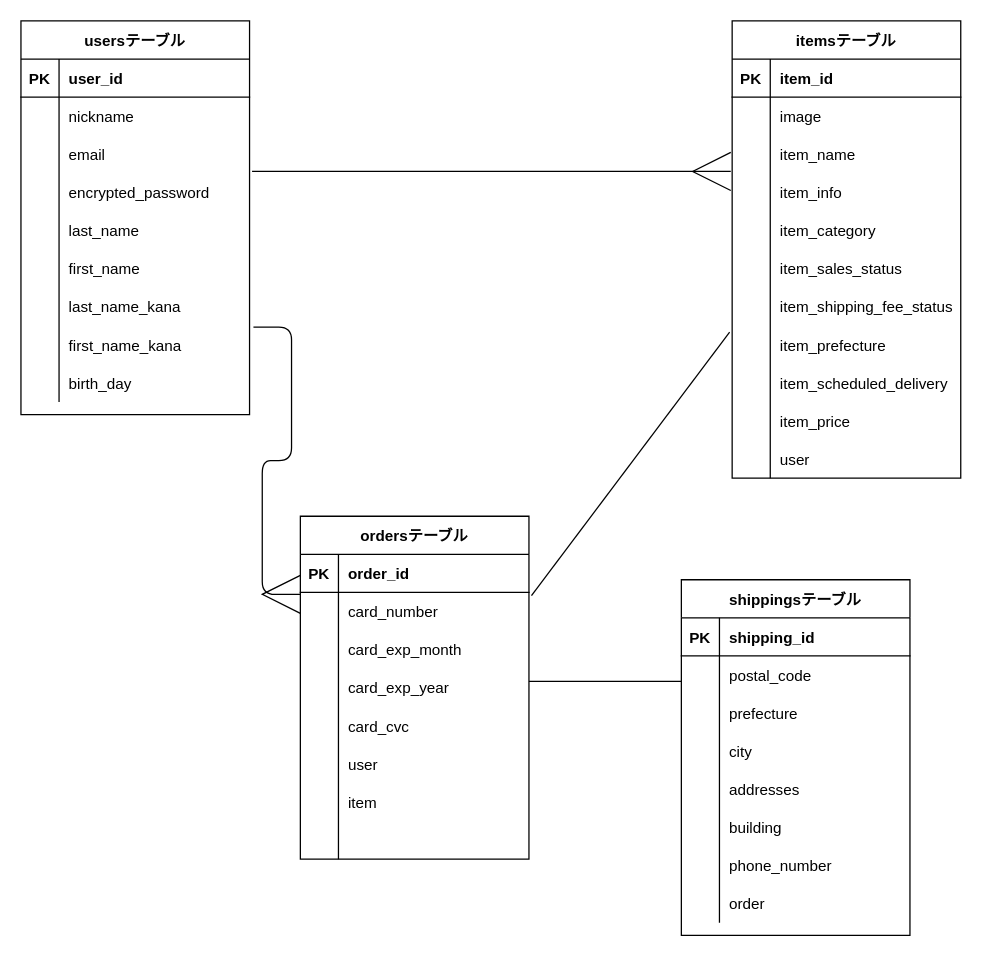
This is test.dio from sho55555/furima-38229, a draw.io file, before an edit. Source tidied: cells renumbered, new cells numbered last; positions are measured from the earlier drawing's top-left corner, leaving out a move shared by most shapes. Both pictures are drawn from the tidied source at 127%, with x=0, y=0 at pixel (20, 20).
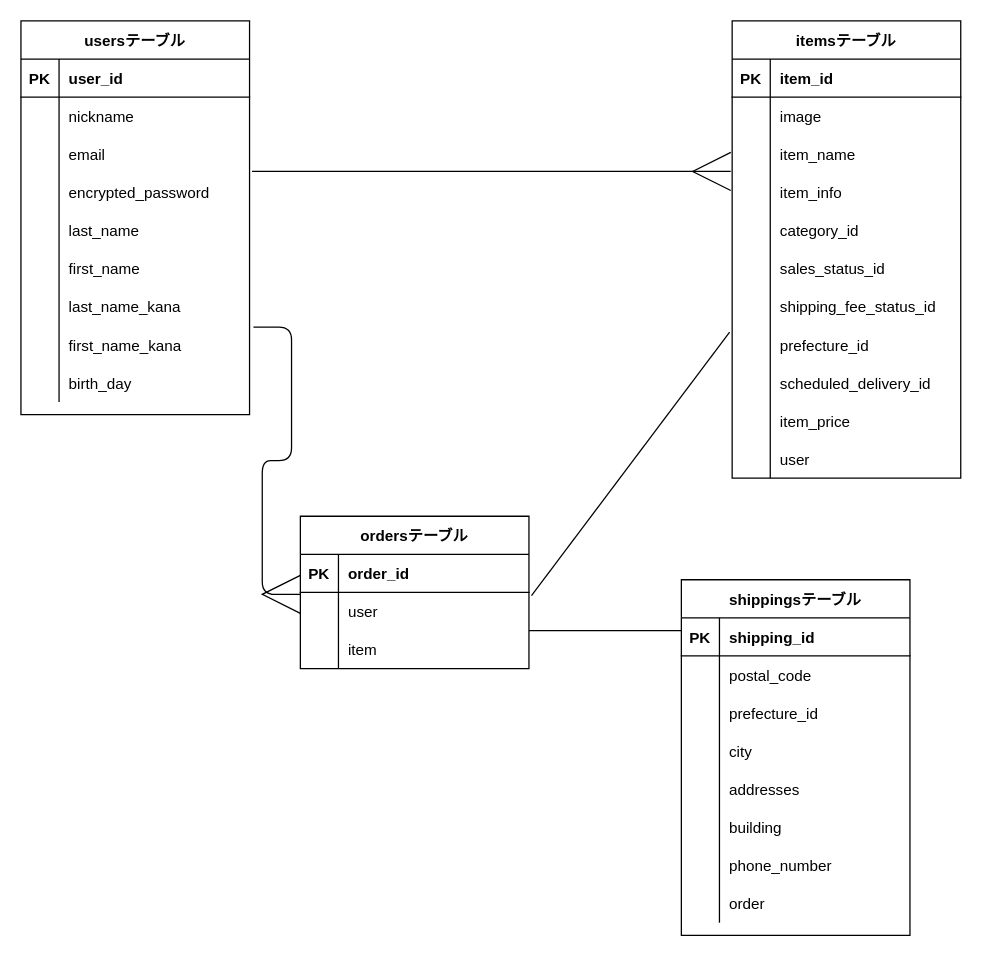
The same diagram, later.

Commit message (it also covers changes not shown here):
ER図と READMEの修正

The change refers to these unchanged cells:
```xml
<mxCell id="24" style="shape=partialRectangle;fillColor=none;top=0;left=0;bottom=0;right=0;points=[[0,0.5],[1,0.5]];portConstraint=eastwest;" parent="2" vertex="1">
  <mxGeometry y="240" width="180" height="30" as="geometry" />
</mxCell>
<mxCell id="43" style="shape=partialRectangle;fillColor=none;top=0;left=0;bottom=0;right=0;" parent="30" vertex="1">
  <mxGeometry y="150" width="180" height="30" as="geometry" />
</mxCell>
<mxCell id="46" style="shape=partialRectangle;fillColor=none;top=0;left=0;bottom=0;right=0;" parent="30" vertex="1">
  <mxGeometry y="180" width="180" height="30" as="geometry" />
</mxCell>
<mxCell id="49" style="shape=partialRectangle;fillColor=none;top=0;left=0;bottom=0;right=0;" parent="30" vertex="1">
  <mxGeometry y="210" width="180" height="30" as="geometry" />
</mxCell>
<mxCell id="52" style="shape=partialRectangle;fillColor=none;top=0;left=0;bottom=0;right=0;points=[[0,0.5],[1,0.5]];portConstraint=eastwest;" parent="30" vertex="1">
  <mxGeometry y="240" width="180" height="30" as="geometry" />
</mxCell>
<mxCell id="55" style="shape=partialRectangle;fillColor=none;top=0;left=0;bottom=0;right=0;" parent="30" vertex="1">
  <mxGeometry y="270" width="180" height="30" as="geometry" />
</mxCell>
<mxCell id="99" style="shape=partialRectangle;fillColor=none;top=0;left=0;bottom=0;right=0;" parent="92" vertex="1">
  <mxGeometry y="90" width="180" height="30" as="geometry" />
</mxCell>
```

The edit, as a diff of the source:
```diff
@@
-    <mxCell id="45" value="item_category" style="shape=partialRectangle;fillColor=none;top=0;left=0;bottom=0;right=0;align=left;spacingLeft=6;overflow=hidden;" parent="43" vertex="1">
+    <mxCell id="45" value="category_id" style="shape=partialRectangle;fillColor=none;top=0;left=0;bottom=0;right=0;align=left;spacingLeft=6;overflow=hidden;" parent="43" vertex="1">
       <mxGeometry x="30" width="150" height="30" as="geometry" />
     </mxCell>
@@
-    <mxCell id="48" value="item_sales_status" style="shape=partialRectangle;fillColor=none;top=0;left=0;bottom=0;right=0;align=left;spacingLeft=6;overflow=hidden;" parent="46" vertex="1">
+    <mxCell id="48" value="sales_status_id" style="shape=partialRectangle;fillColor=none;top=0;left=0;bottom=0;right=0;align=left;spacingLeft=6;overflow=hidden;" parent="46" vertex="1">
       <mxGeometry x="30" width="150" height="30" as="geometry" />
     </mxCell>
@@
-    <mxCell id="51" value="item_shipping_fee_status" style="shape=partialRectangle;fillColor=none;top=0;left=0;bottom=0;right=0;align=left;spacingLeft=6;overflow=hidden;" parent="49" vertex="1">
+    <mxCell id="51" value="shipping_fee_status_id" style="shape=partialRectangle;fillColor=none;top=0;left=0;bottom=0;right=0;align=left;spacingLeft=6;overflow=hidden;" parent="49" vertex="1">
       <mxGeometry x="30" width="150" height="30" as="geometry" />
     </mxCell>
@@
-    <mxCell id="54" value="item_prefecture" style="shape=partialRectangle;fillColor=none;top=0;left=0;bottom=0;right=0;align=left;spacingLeft=6;overflow=hidden;" parent="52" vertex="1">
+    <mxCell id="54" value="prefecture_id" style="shape=partialRectangle;fillColor=none;top=0;left=0;bottom=0;right=0;align=left;spacingLeft=6;overflow=hidden;" parent="52" vertex="1">
       <mxGeometry x="30" width="150" height="30" as="geometry" />
     </mxCell>
@@
-    <mxCell id="57" value="item_scheduled_delivery" style="shape=partialRectangle;fillColor=none;top=0;left=0;bottom=0;right=0;align=left;spacingLeft=6;overflow=hidden;" parent="55" vertex="1">
+    <mxCell id="57" value="scheduled_delivery_id" style="shape=partialRectangle;fillColor=none;top=0;left=0;bottom=0;right=0;align=left;spacingLeft=6;overflow=hidden;" parent="55" vertex="1">
       <mxGeometry x="30" width="150" height="30" as="geometry" />
     </mxCell>
@@
     <mxCell id="64" value="ordersテーブル" style="shape=table;startSize=30;childLayout=tableLayout;rowLines=0;fontStyle=1;align=center;" parent="1" vertex="1">
-      <mxGeometry x="220" y="390" width="180" height="270" as="geometry" />
+      <mxGeometry x="220" y="390" width="180" height="120" as="geometry" />
     </mxCell>
@@
-    <mxCell id="68" style="shape=partialRectangle;fillColor=none;top=0;left=0;bottom=0;right=0;points=[[0,0.5],[1,0.5]];portConstraint=eastwest;" parent="64" vertex="1">
-      <mxGeometry y="60" width="180" height="30" as="geometry" />
-    </mxCell>
-    <mxCell id="69" style="shape=partialRectangle;fillColor=none;top=0;left=0;bottom=0;right=0;overflow=hidden;" parent="68" vertex="1">
-      <mxGeometry width="30" height="30" as="geometry" />
-    </mxCell>
-    <mxCell id="70" value="card_number" style="shape=partialRectangle;fillColor=none;top=0;left=0;bottom=0;right=0;align=left;spacingLeft=6;overflow=hidden;" parent="68" vertex="1">
-      <mxGeometry x="30" width="150" height="30" as="geometry" />
-    </mxCell>
-    <mxCell id="71" style="shape=partialRectangle;fillColor=none;top=0;left=0;bottom=0;right=0;" parent="64" vertex="1">
-      <mxGeometry y="90" width="180" height="30" as="geometry" />
-    </mxCell>
-    <mxCell id="72" style="shape=partialRectangle;fillColor=none;top=0;left=0;bottom=0;right=0;overflow=hidden;" parent="71" vertex="1">
-      <mxGeometry width="30" height="30" as="geometry" />
-    </mxCell>
-    <mxCell id="73" value="card_exp_month" style="shape=partialRectangle;fillColor=none;top=0;left=0;bottom=0;right=0;align=left;spacingLeft=6;overflow=hidden;" parent="71" vertex="1">
-      <mxGeometry x="30" width="150" height="30" as="geometry" />
-    </mxCell>
-    <mxCell id="74" style="shape=partialRectangle;fillColor=none;top=0;left=0;bottom=0;right=0;" parent="64" vertex="1">
-      <mxGeometry y="120" width="180" height="30" as="geometry" />
-    </mxCell>
-    <mxCell id="75" style="shape=partialRectangle;fillColor=none;top=0;left=0;bottom=0;right=0;overflow=hidden;" parent="74" vertex="1">
-      <mxGeometry width="30" height="30" as="geometry" />
-    </mxCell>
-    <mxCell id="76" value="card_exp_year" style="shape=partialRectangle;fillColor=none;top=0;left=0;bottom=0;right=0;align=left;spacingLeft=6;overflow=hidden;" parent="74" vertex="1">
-      <mxGeometry x="30" width="150" height="30" as="geometry" />
-    </mxCell>
-    <mxCell id="77" style="shape=partialRectangle;fillColor=none;top=0;left=0;bottom=0;right=0;" parent="64" vertex="1">
-      <mxGeometry y="150" width="180" height="30" as="geometry" />
-    </mxCell>
-    <mxCell id="78" style="shape=partialRectangle;fillColor=none;top=0;left=0;bottom=0;right=0;overflow=hidden;" parent="77" vertex="1">
-      <mxGeometry width="30" height="30" as="geometry" />
-    </mxCell>
-    <mxCell id="79" value="card_cvc" style="shape=partialRectangle;fillColor=none;top=0;left=0;bottom=0;right=0;align=left;spacingLeft=6;overflow=hidden;" parent="77" vertex="1">
-      <mxGeometry x="30" width="150" height="30" as="geometry" />
-    </mxCell>
     <mxCell id="80" style="shape=partialRectangle;fillColor=none;top=0;left=0;bottom=0;right=0;" parent="64" vertex="1">
-      <mxGeometry y="180" width="180" height="30" as="geometry" />
+      <mxGeometry y="60" width="180" height="30" as="geometry" />
     </mxCell>
@@
     <mxCell id="83" style="shape=partialRectangle;fillColor=none;top=0;left=0;bottom=0;right=0;" parent="64" vertex="1">
-      <mxGeometry y="210" width="180" height="30" as="geometry" />
+      <mxGeometry y="90" width="180" height="30" as="geometry" />
     </mxCell>
@@
-    <mxCell id="86" style="shape=partialRectangle;fillColor=none;top=0;left=0;bottom=0;right=0;" parent="64" vertex="1">
-      <mxGeometry y="240" width="180" height="30" as="geometry" />
-    </mxCell>
-    <mxCell id="87" style="shape=partialRectangle;fillColor=none;top=0;left=0;bottom=0;right=0;overflow=hidden;" parent="86" vertex="1">
-      <mxGeometry width="30" height="30" as="geometry" />
-    </mxCell>
-    <mxCell id="88" style="shape=partialRectangle;fillColor=none;top=0;left=0;bottom=0;right=0;align=left;spacingLeft=6;overflow=hidden;" parent="86" vertex="1">
-      <mxGeometry x="30" width="150" height="30" as="geometry" />
-    </mxCell>
@@
-    <mxCell id="90" style="edgeStyle=entityRelationEdgeStyle;fontSize=12;html=1;endArrow=ERmany;endSize=28;exitX=1.017;exitY=0.033;exitDx=0;exitDy=0;entryX=0;entryY=0.05;entryDx=0;entryDy=0;entryPerimeter=0;exitPerimeter=0;" parent="1" edge="1" source="24" target="68">
-      <mxGeometry relative="1" as="geometry" />
+    <mxCell id="90" style="edgeStyle=entityRelationEdgeStyle;fontSize=12;html=1;endArrow=ERmany;endSize=28;exitX=1.017;exitY=0.033;exitDx=0;exitDy=0;entryX=0;entryY=0.05;entryDx=0;entryDy=0;entryPerimeter=0;exitPerimeter=0;" parent="1" edge="1" source="24">
+      <mxGeometry relative="1" as="geometry">
+        <mxPoint x="220" y="451.5" as="targetPoint" />
+      </mxGeometry>
     </mxCell>
-    <mxCell id="91" style="endArrow=none;html=1;rounded=0;endSize=28;exitX=1.011;exitY=0.083;exitDx=0;exitDy=0;exitPerimeter=0;entryX=-0.011;entryY=0.167;entryDx=0;entryDy=0;entryPerimeter=0;" parent="1" edge="1" source="68" target="52">
-      <mxGeometry relative="1" as="geometry" />
+    <mxCell id="91" style="endArrow=none;html=1;rounded=0;endSize=28;exitX=1.011;exitY=0.083;exitDx=0;exitDy=0;exitPerimeter=0;entryX=-0.011;entryY=0.167;entryDx=0;entryDy=0;entryPerimeter=0;" parent="1" edge="1" target="52">
+      <mxGeometry relative="1" as="geometry">
+        <mxPoint x="402" y="452.5" as="sourcePoint" />
+      </mxGeometry>
     </mxCell>
@@
-    <mxCell id="101" value="prefecture" style="shape=partialRectangle;fillColor=none;top=0;left=0;bottom=0;right=0;align=left;spacingLeft=6;overflow=hidden;" parent="99" vertex="1">
+    <mxCell id="101" value="prefecture_id" style="shape=partialRectangle;fillColor=none;top=0;left=0;bottom=0;right=0;align=left;spacingLeft=6;overflow=hidden;" parent="99" vertex="1">
       <mxGeometry x="30" width="150" height="30" as="geometry" />
     </mxCell>
@@
     <mxCell id="117" style="endArrow=none;html=1;rounded=0;" parent="1" edge="1">
       <mxGeometry relative="1" as="geometry">
-        <mxPoint x="400" y="520" as="sourcePoint" />
-        <mxPoint x="520" y="520" as="targetPoint" />
+        <mxPoint x="400" y="480" as="sourcePoint" />
+        <mxPoint x="520" y="480" as="targetPoint" />
       </mxGeometry>
     </mxCell>
```
